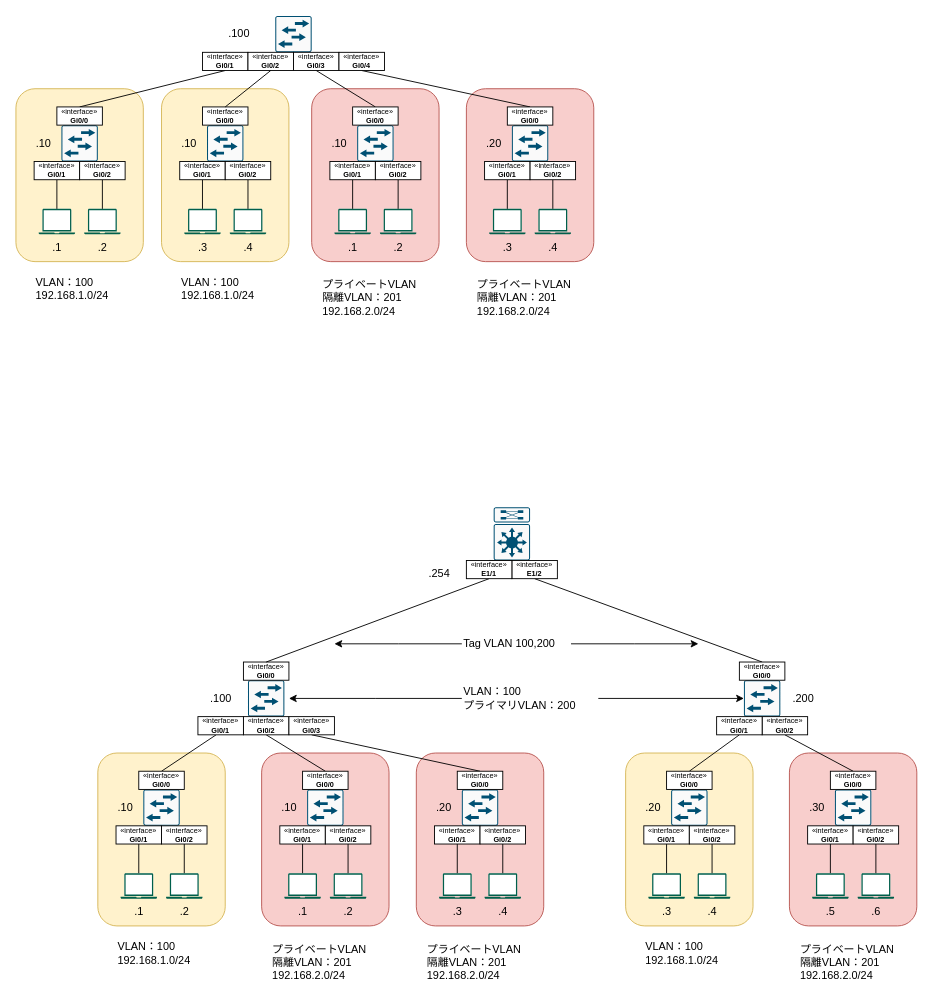
Earlier version of the draw.io diagram プライベートVLAN検証.drawio (Mizukichi404/Network_diagram). Source tidied: cells renumbered, new cells numbered last; positions are measured from the earlier drawing's top-left corner, leaving out a move shared by most shapes. Both pictures are drawn from the tidied source at 91%, with x=0, y=0 at pixel (15, 15).
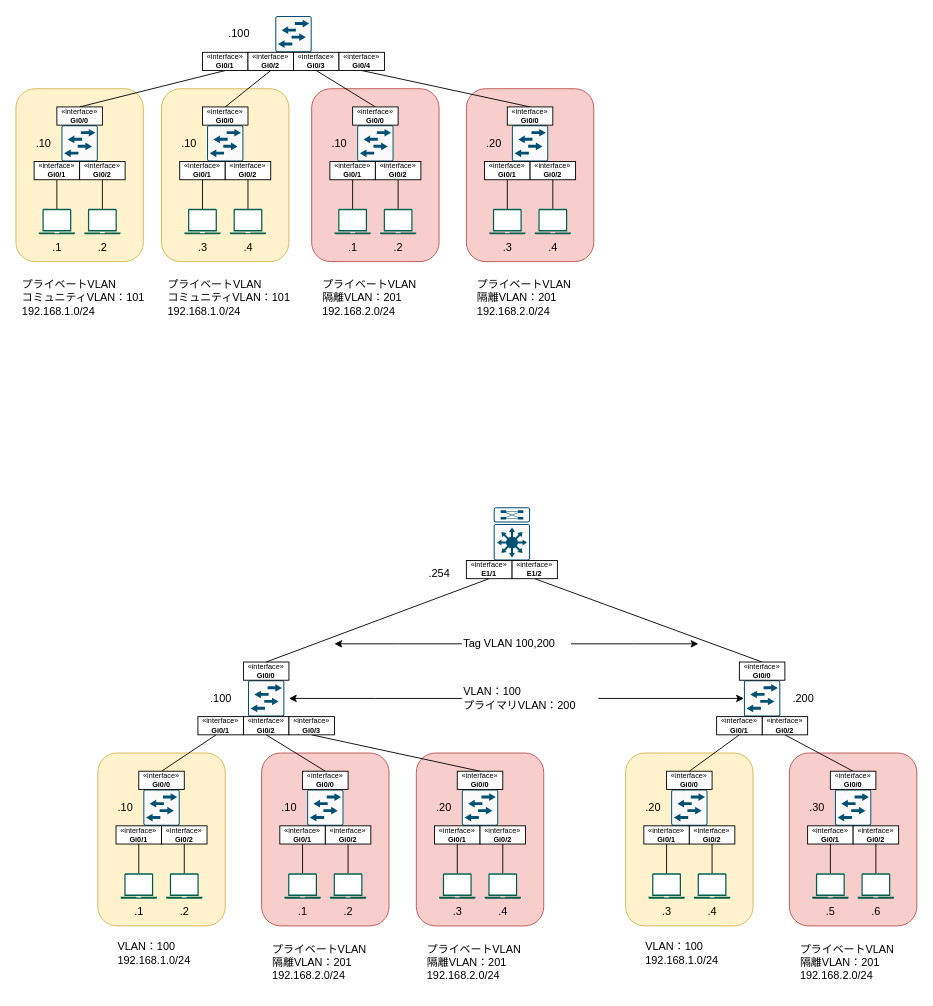
After the change.

Commit message (it also covers changes not shown here):
プライベートVLAN検証.drawio を更新します

The edit, as a diff of the source:
```diff
@@
-    <mxCell id="109" value="VLAN：100&lt;div&gt;192.168.1.0/24&lt;/div&gt;" style="text;html=1;align=left;verticalAlign=middle;strokeColor=none;fillColor=none;" parent="1" vertex="1">
-      <mxGeometry x="20" y="280" width="100" height="40" as="geometry" />
+    <mxCell id="109" value="&lt;div&gt;プライベートVLAN&lt;/div&gt;&lt;div&gt;コミュニティVLAN：101&lt;/div&gt;&lt;div&gt;192.168.1.0/24&lt;/div&gt;" style="text;html=1;align=left;verticalAlign=middle;strokeColor=none;fillColor=none;" parent="1" vertex="1">
+      <mxGeometry x="5" y="280" width="160" height="60" as="geometry" />
     </mxCell>
@@
-    <mxCell id="149" value="VLAN：100&lt;div&gt;192.168.1.0/24&lt;/div&gt;" style="text;html=1;align=left;verticalAlign=middle;strokeColor=none;fillColor=none;" parent="1" vertex="1">
-      <mxGeometry x="180" y="280" width="100" height="40" as="geometry" />
+    <mxCell id="149" value="&lt;div&gt;プライベートVLAN&lt;/div&gt;&lt;div&gt;コミュニティVLAN：101&lt;/div&gt;&lt;div&gt;192.168.1.0/24&lt;/div&gt;" style="text;html=1;align=left;verticalAlign=middle;strokeColor=none;fillColor=none;" parent="1" vertex="1">
+      <mxGeometry x="165" y="280" width="160" height="60" as="geometry" />
     </mxCell>
```
